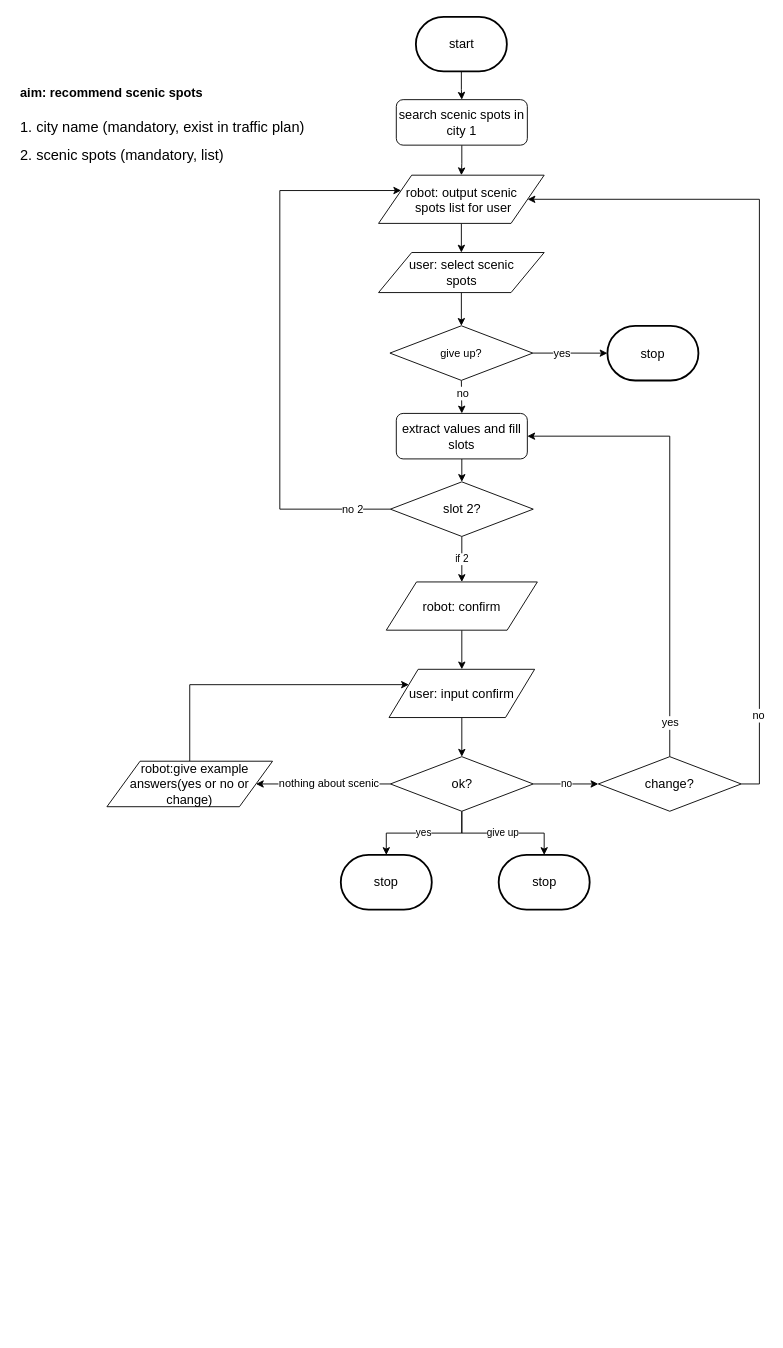
This is flow_diagram/scenic_plan.drawio from ricosr/travel_consult_chatbot, a draw.io file, before an edit. Source tidied: cells renumbered, new cells numbered last; positions are measured from the earlier drawing's top-left corner, leaving out a move shared by most shapes. Both pictures are drawn from the tidied source at 91%, with x=0, y=0 at pixel (15, 16).
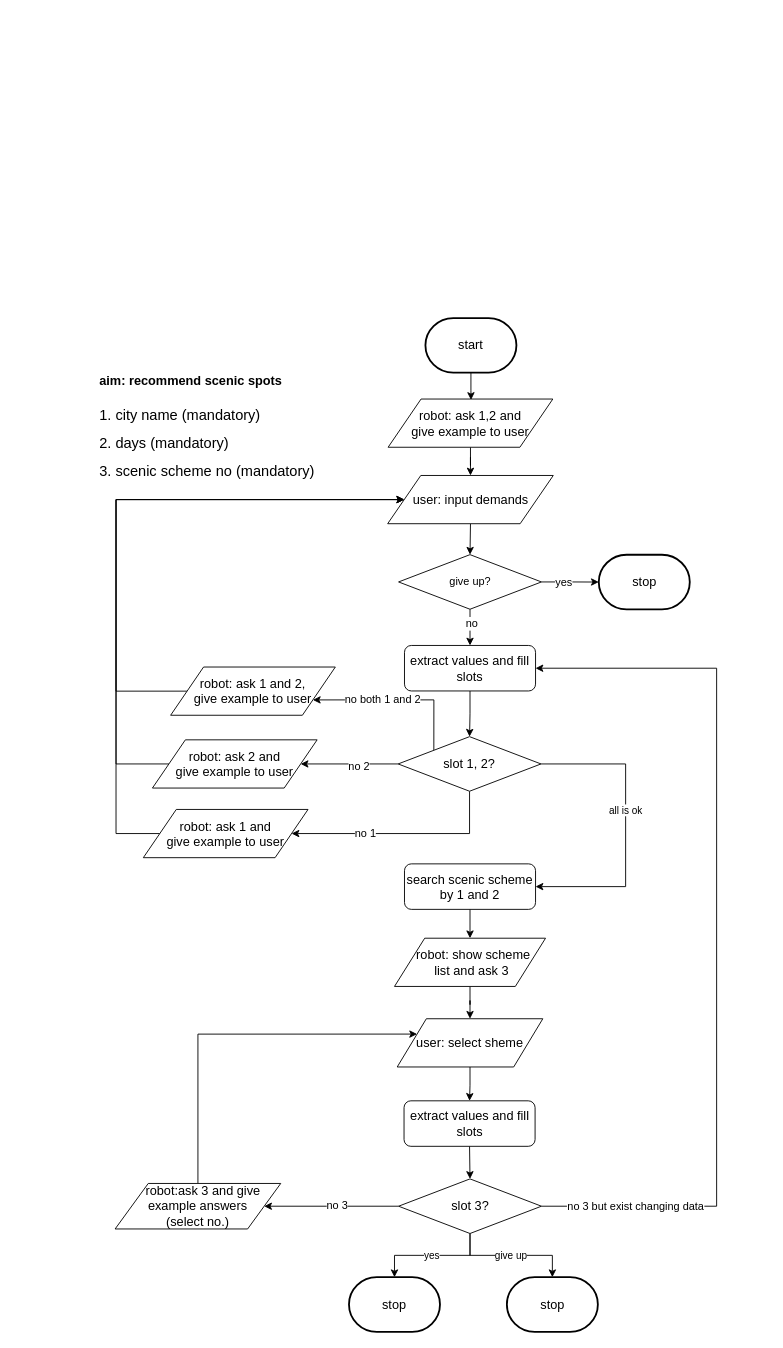
After the change.

Unchanged cells that the change refers to:
```xml
<mxCell id="22" style="edgeStyle=orthogonalEdgeStyle;rounded=0;jettySize=auto;html=1;exitX=0;exitY=0.5;exitDx=0;exitDy=0;entryX=1;entryY=0.5;entryDx=0;entryDy=0;" parent="1" edge="1" source="24" target="41">
  <mxGeometry relative="1" as="geometry" />
</mxCell>
```

The edit, as a diff of the source:
```diff
@@
-    <mxCell id="2" value="&lt;h1&gt;&lt;font style=&quot;font-size: 14px&quot;&gt;aim:&amp;nbsp;recommend scenic spots&lt;/font&gt;&lt;/h1&gt;&lt;p&gt;&lt;font size=&quot;3&quot;&gt;1. city name (mandatory, exist in traffic plan)&lt;br&gt;&lt;/font&gt;&lt;/p&gt;&lt;p&gt;&lt;font size=&quot;3&quot;&gt;2. scenic spots (mandatory, list)&lt;/font&gt;&lt;/p&gt;" style="text;html=1;strokeColor=none;fillColor=none;spacing=5;spacingTop=-20;whiteSpace=wrap;overflow=hidden;rounded=0;" parent="1" vertex="1">
-      <mxGeometry y="61" width="330" height="110" as="geometry" />
+    <mxCell id="2" value="&lt;h1&gt;&lt;font style=&quot;font-size: 14px&quot;&gt;aim:&amp;nbsp;recommend scenic spots&lt;/font&gt;&lt;/h1&gt;&lt;p&gt;&lt;font size=&quot;3&quot;&gt;1. city name (mandatory)&lt;br&gt;&lt;/font&gt;&lt;/p&gt;&lt;p&gt;&lt;font size=&quot;3&quot;&gt;2. days (mandatory)&lt;/font&gt;&lt;/p&gt;&lt;p&gt;&lt;font size=&quot;3&quot;&gt;3. scenic scheme no (mandatory)&amp;nbsp;&lt;/font&gt;&lt;/p&gt;" style="text;html=1;strokeColor=none;fillColor=none;spacing=5;spacingTop=-20;whiteSpace=wrap;overflow=hidden;rounded=0;" parent="1" vertex="1">
+      <mxGeometry x="87" y="376.5" width="330" height="140" as="geometry" />
     </mxCell>
-    <mxCell id="3" style="edgeStyle=orthogonalEdgeStyle;rounded=0;jettySize=auto;html=1;" parent="1" edge="1" source="4" target="8">
-      <mxGeometry relative="1" as="geometry" />
+    <mxCell id="3" style="edgeStyle=orthogonalEdgeStyle;rounded=0;jettySize=auto;html=1;" parent="1" edge="1" source="4">
+      <mxGeometry relative="1" as="geometry">
+        <mxPoint x="500.1" y="421" as="targetPoint" />
+      </mxGeometry>
     </mxCell>
     <mxCell id="4" value="&lt;span style=&quot;font-size: 14px&quot;&gt;start&lt;/span&gt;" style="strokeWidth=2;html=1;shape=mxgraph.flowchart.terminator;whiteSpace=wrap;" parent="1" vertex="1">
-      <mxGeometry x="439.5" width="100" height="60" as="geometry" />
+      <mxGeometry x="450" y="331" width="100" height="60" as="geometry" />
     </mxCell>
-    <mxCell id="5" style="edgeStyle=orthogonalEdgeStyle;rounded=0;jettySize=auto;html=1;exitX=0.5;exitY=1;exitDx=0;exitDy=0;entryX=0.5;entryY=0;entryDx=0;entryDy=0;" parent="1" edge="1" source="6" target="37">
-      <mxGeometry relative="1" as="geometry" />
-    </mxCell>
-    <mxCell id="6" value="&lt;span style=&quot;font-size: 14px&quot;&gt;user: select scenic &lt;br&gt;spots&lt;/span&gt;" style="shape=parallelogram;perimeter=parallelogramPerimeter;whiteSpace=wrap;html=1;" parent="1" vertex="1">
-      <mxGeometry x="398.5" y="259" width="182" height="44" as="geometry" />
-    </mxCell>
-    <mxCell id="7" style="edgeStyle=orthogonalEdgeStyle;rounded=0;jettySize=auto;html=1;" parent="1" edge="1" source="8" target="10">
+    <mxCell id="7" style="edgeStyle=orthogonalEdgeStyle;rounded=0;jettySize=auto;html=1;exitX=0.5;exitY=1;exitDx=0;exitDy=0;" parent="1" edge="1" source="49" target="10">
       <mxGeometry relative="1" as="geometry" />
     </mxCell>
-    <mxCell id="8" value="&lt;span style=&quot;font-size: 14px&quot;&gt;search scenic spots in city 1&lt;/span&gt;" style="rounded=1;whiteSpace=wrap;html=1;" parent="1" vertex="1">
-      <mxGeometry x="418" y="91" width="144" height="50" as="geometry" />
-    </mxCell>
-    <mxCell id="9" style="edgeStyle=orthogonalEdgeStyle;rounded=0;jettySize=auto;html=1;exitX=0.5;exitY=1;exitDx=0;exitDy=0;entryX=0.5;entryY=0;entryDx=0;entryDy=0;" parent="1" edge="1" source="10" target="6">
+    <mxCell id="9" style="edgeStyle=orthogonalEdgeStyle;rounded=0;jettySize=auto;html=1;exitX=0.5;exitY=1;exitDx=0;exitDy=0;entryX=0.5;entryY=0;entryDx=0;entryDy=0;" parent="1" edge="1" source="10" target="37">
       <mxGeometry relative="1" as="geometry" />
     </mxCell>
-    <mxCell id="10" value="&lt;font style=&quot;font-size: 14px&quot;&gt;robot: output scenic&lt;br&gt;&amp;nbsp;spots list for user&lt;/font&gt;" style="shape=parallelogram;perimeter=parallelogramPerimeter;whiteSpace=wrap;html=1;" parent="1" vertex="1">
-      <mxGeometry x="398.5" y="174" width="182" height="53" as="geometry" />
+    <mxCell id="10" value="&lt;font style=&quot;font-size: 14px&quot;&gt;user: input demands&lt;/font&gt;" style="shape=parallelogram;perimeter=parallelogramPerimeter;whiteSpace=wrap;html=1;" parent="1" vertex="1">
+      <mxGeometry x="408.5" y="504" width="182" height="53" as="geometry" />
     </mxCell>
@@
-    <mxCell id="12" value="&lt;font style=&quot;font-size: 14px&quot;&gt;robot: confirm&lt;/font&gt;" style="shape=parallelogram;perimeter=parallelogramPerimeter;whiteSpace=wrap;html=1;" parent="1" vertex="1">
-      <mxGeometry x="407" y="621" width="166" height="53" as="geometry" />
+    <mxCell id="12" value="&lt;font style=&quot;font-size: 14px&quot;&gt;&amp;nbsp; robot: show scheme&lt;br&gt;&amp;nbsp;list and ask 3&lt;/font&gt;" style="shape=parallelogram;perimeter=parallelogramPerimeter;whiteSpace=wrap;html=1;" parent="1" vertex="1">
+      <mxGeometry x="416" y="1012.5" width="166" height="53" as="geometry" />
     </mxCell>
-    <mxCell id="13" value="if 2" style="edgeStyle=orthogonalEdgeStyle;rounded=0;jettySize=auto;html=1;" parent="1" edge="1" source="16" target="12">
-      <mxGeometry relative="1" as="geometry" />
+    <mxCell id="13" value="all is ok" style="edgeStyle=orthogonalEdgeStyle;rounded=0;jettySize=auto;html=1;exitX=1;exitY=0.5;exitDx=0;exitDy=0;entryX=1;entryY=0.5;entryDx=0;entryDy=0;" parent="1" edge="1" source="16" target="57">
+      <mxGeometry x="-0.12" relative="1" as="geometry">
+        <Array as="points">
+          <mxPoint x="670" y="821" />
+          <mxPoint x="670" y="956" />
+        </Array>
+      </mxGeometry>
     </mxCell>
-    <mxCell id="14" style="edgeStyle=orthogonalEdgeStyle;rounded=0;jettySize=auto;html=1;exitX=0;exitY=0.5;exitDx=0;exitDy=0;entryX=0;entryY=0.25;entryDx=0;entryDy=0;" parent="1" edge="1" source="16" target="10">
+    <mxCell id="14" style="edgeStyle=orthogonalEdgeStyle;rounded=0;jettySize=auto;html=1;exitX=0;exitY=0.5;exitDx=0;exitDy=0;entryX=1;entryY=0.5;entryDx=0;entryDy=0;" parent="1" edge="1" source="16" target="51">
       <mxGeometry relative="1" as="geometry">
         <Array as="points">
-          <mxPoint x="290" y="541" />
-          <mxPoint x="290" y="191" />
+          <mxPoint x="380" y="821" />
+          <mxPoint x="380" y="821" />
         </Array>
       </mxGeometry>
     </mxCell>
     <mxCell id="15" value="no 2" style="text;html=1;align=center;verticalAlign=middle;labelBackgroundColor=#ffffff;" parent="14" vertex="1">
-      <mxGeometry x="-0.86" relative="1" as="geometry" />
+      <mxGeometry x="-0.18" y="2" relative="1" as="geometry" />
     </mxCell>
+    <mxCell id="42" style="edgeStyle=orthogonalEdgeStyle;rounded=0;jettySize=auto;html=1;exitX=0.5;exitY=1;exitDx=0;exitDy=0;entryX=1;entryY=0.5;entryDx=0;entryDy=0;" parent="1" edge="1" source="16" target="53">
+      <mxGeometry relative="1" as="geometry">
+        <Array as="points">
+          <mxPoint x="499" y="898" />
+        </Array>
+      </mxGeometry>
+    </mxCell>
+    <mxCell id="43" value="no 1" style="text;html=1;align=center;verticalAlign=middle;labelBackgroundColor=#ffffff;" parent="42" vertex="1">
+      <mxGeometry x="0.34" relative="1" as="geometry" />
+    </mxCell>
+    <mxCell id="44" style="edgeStyle=orthogonalEdgeStyle;rounded=0;jettySize=auto;html=1;exitX=0;exitY=0;exitDx=0;exitDy=0;entryX=1;entryY=0.75;entryDx=0;entryDy=0;" parent="1" edge="1" source="16" target="55">
+      <mxGeometry relative="1" as="geometry">
+        <Array as="points">
+          <mxPoint x="459" y="751" />
+        </Array>
+      </mxGeometry>
+    </mxCell>
+    <mxCell id="45" value="no both 1 and 2" style="text;html=1;align=center;verticalAlign=middle;labelBackgroundColor=#ffffff;" parent="44" vertex="1">
+      <mxGeometry x="0.19" y="-1" relative="1" as="geometry" />
+    </mxCell>
-    <mxCell id="16" value="&lt;font style=&quot;font-size: 14px&quot;&gt;slot 2?&lt;br&gt;&lt;/font&gt;" style="rhombus;whiteSpace=wrap;html=1;" parent="1" vertex="1">
-      <mxGeometry x="411.5" y="511" width="157" height="60" as="geometry" />
+    <mxCell id="16" value="&lt;font style=&quot;font-size: 14px&quot;&gt;slot 1, 2?&lt;br&gt;&lt;/font&gt;" style="rhombus;whiteSpace=wrap;html=1;" parent="1" vertex="1">
+      <mxGeometry x="420" y="791" width="157" height="60" as="geometry" />
     </mxCell>
-    <mxCell id="17" style="edgeStyle=orthogonalEdgeStyle;rounded=0;jettySize=auto;html=1;" parent="1" edge="1" source="18" target="24">
-      <mxGeometry relative="1" as="geometry" />
-    </mxCell>
+    <mxCell id="46" style="edgeStyle=orthogonalEdgeStyle;rounded=0;jettySize=auto;html=1;exitX=0.5;exitY=1;exitDx=0;exitDy=0;" parent="1" edge="1" source="18" target="59">
+      <mxGeometry relative="1" as="geometry" />
+    </mxCell>
-    <mxCell id="18" value="&lt;span style=&quot;font-size: 14px&quot;&gt;user: input confirm&lt;/span&gt;" style="shape=parallelogram;perimeter=parallelogramPerimeter;whiteSpace=wrap;html=1;" parent="1" vertex="1">
-      <mxGeometry x="410" y="717" width="160" height="53" as="geometry" />
+    <mxCell id="18" value="&lt;span style=&quot;font-size: 14px&quot;&gt;user: select sheme&lt;/span&gt;" style="shape=parallelogram;perimeter=parallelogramPerimeter;whiteSpace=wrap;html=1;" parent="1" vertex="1">
+      <mxGeometry x="419" y="1101" width="160" height="53" as="geometry" />
     </mxCell>
@@
-    <mxCell id="20" value="no" style="edgeStyle=orthogonalEdgeStyle;rounded=0;jettySize=auto;html=1;" parent="1" edge="1" source="24" target="30">
-      <mxGeometry relative="1" as="geometry" />
-    </mxCell>
     <mxCell id="21" value="give up" style="edgeStyle=orthogonalEdgeStyle;rounded=0;jettySize=auto;html=1;exitX=0.5;exitY=1;exitDx=0;exitDy=0;entryX=0.5;entryY=0;entryDx=0;entryDy=0;entryPerimeter=0;" parent="1" edge="1" source="24" target="39">
       <mxGeometry relative="1" as="geometry">
         <Array as="points">
-          <mxPoint x="490" y="897" />
-          <mxPoint x="581" y="897" />
+          <mxPoint x="499" y="1361" />
+          <mxPoint x="590" y="1361" />
         </Array>
       </mxGeometry>
     </mxCell>
@@
-    <mxCell id="23" value="nothing about scenic" style="text;html=1;align=center;verticalAlign=middle;labelBackgroundColor=#ffffff;" parent="22" vertex="1">
+    <mxCell id="23" value="no 3" style="text;html=1;align=center;verticalAlign=middle;labelBackgroundColor=#ffffff;" parent="22" vertex="1">
       <mxGeometry x="-0.08" y="-1" relative="1" as="geometry" />
     </mxCell>
+    <mxCell id="47" style="edgeStyle=orthogonalEdgeStyle;rounded=0;jettySize=auto;html=1;exitX=1;exitY=0.5;exitDx=0;exitDy=0;entryX=1;entryY=0.5;entryDx=0;entryDy=0;" parent="1" edge="1" source="24" target="32">
+      <mxGeometry relative="1" as="geometry">
+        <Array as="points">
+          <mxPoint x="770" y="1307" />
+          <mxPoint x="770" y="716" />
+        </Array>
+      </mxGeometry>
+    </mxCell>
+    <mxCell id="48" value="no 3 but exist changing data" style="text;html=1;align=center;verticalAlign=middle;labelBackgroundColor=#ffffff;" parent="47" vertex="1">
+      <mxGeometry x="-0.89" y="-3" relative="1" as="geometry">
+        <mxPoint x="49" y="-3" as="offset" />
+      </mxGeometry>
+    </mxCell>
-    <mxCell id="24" value="&lt;font style=&quot;font-size: 14px&quot;&gt;ok?&lt;br&gt;&lt;/font&gt;" style="rhombus;whiteSpace=wrap;html=1;" parent="1" vertex="1">
-      <mxGeometry x="411.5" y="813" width="157" height="60" as="geometry" />
+    <mxCell id="24" value="&lt;font style=&quot;font-size: 14px&quot;&gt;slot 3?&lt;br&gt;&lt;/font&gt;" style="rhombus;whiteSpace=wrap;html=1;" parent="1" vertex="1">
+      <mxGeometry x="420.5" y="1277" width="157" height="60" as="geometry" />
     </mxCell>
     <mxCell id="25" value="&lt;font style=&quot;font-size: 14px&quot;&gt;stop&lt;/font&gt;" style="strokeWidth=2;html=1;shape=mxgraph.flowchart.terminator;whiteSpace=wrap;" parent="1" vertex="1">
-      <mxGeometry x="357" y="921" width="100" height="60" as="geometry" />
+      <mxGeometry x="366" y="1385" width="100" height="60" as="geometry" />
     </mxCell>
-    <mxCell id="26" style="edgeStyle=orthogonalEdgeStyle;rounded=0;jettySize=auto;html=1;exitX=0.5;exitY=0;exitDx=0;exitDy=0;entryX=1;entryY=0.5;entryDx=0;entryDy=0;" parent="1" edge="1" source="30" target="32">
-      <mxGeometry relative="1" as="geometry" />
-    </mxCell>
-    <mxCell id="27" value="yes" style="text;html=1;align=center;verticalAlign=middle;labelBackgroundColor=#ffffff;" parent="26" vertex="1">
-      <mxGeometry x="-0.85" relative="1" as="geometry" />
-    </mxCell>
-    <mxCell id="28" style="edgeStyle=orthogonalEdgeStyle;rounded=0;jettySize=auto;html=1;exitX=1;exitY=0.5;exitDx=0;exitDy=0;entryX=1;entryY=0.5;entryDx=0;entryDy=0;" parent="1" edge="1" source="30" target="10">
-      <mxGeometry relative="1" as="geometry">
-        <Array as="points">
-          <mxPoint x="817" y="843" />
-          <mxPoint x="817" y="200" />
-        </Array>
-      </mxGeometry>
-    </mxCell>
-    <mxCell id="29" value="no" style="text;html=1;align=center;verticalAlign=middle;labelBackgroundColor=#ffffff;" parent="28" vertex="1">
-      <mxGeometry x="-0.79" y="2" relative="1" as="geometry" />
-    </mxCell>
-    <mxCell id="30" value="&lt;font style=&quot;font-size: 14px&quot;&gt;change?&lt;br&gt;&lt;/font&gt;" style="rhombus;whiteSpace=wrap;html=1;" parent="1" vertex="1">
-      <mxGeometry x="640" y="813" width="157" height="60" as="geometry" />
-    </mxCell>
@@
     <mxCell id="32" value="&lt;font style=&quot;font-size: 14px&quot;&gt;extract values and fill slots&lt;/font&gt;" style="rounded=1;whiteSpace=wrap;html=1;" parent="1" vertex="1">
-      <mxGeometry x="418" y="435.8" width="144" height="50" as="geometry" />
+      <mxGeometry x="427" y="690.8" width="144" height="50" as="geometry" />
     </mxCell>
@@
     <mxCell id="37" value="give up?" style="rhombus;whiteSpace=wrap;html=1;" parent="1" vertex="1">
-      <mxGeometry x="411" y="339.5" width="157" height="60" as="geometry" />
+      <mxGeometry x="420.5" y="591" width="157" height="60" as="geometry" />
     </mxCell>
     <mxCell id="38" value="&lt;font style=&quot;font-size: 14px&quot;&gt;stop&lt;/font&gt;" style="strokeWidth=2;html=1;shape=mxgraph.flowchart.terminator;whiteSpace=wrap;" parent="1" vertex="1">
-      <mxGeometry x="650" y="339.6" width="100" height="60" as="geometry" />
+      <mxGeometry x="640.5" y="591.1" width="100" height="60" as="geometry" />
     </mxCell>
     <mxCell id="39" value="&lt;font style=&quot;font-size: 14px&quot;&gt;stop&lt;/font&gt;" style="strokeWidth=2;html=1;shape=mxgraph.flowchart.terminator;whiteSpace=wrap;" parent="1" vertex="1">
-      <mxGeometry x="530.5" y="921" width="100" height="60" as="geometry" />
+      <mxGeometry x="539.5" y="1385" width="100" height="60" as="geometry" />
     </mxCell>
     <mxCell id="40" style="edgeStyle=orthogonalEdgeStyle;rounded=0;jettySize=auto;html=1;exitX=0.5;exitY=0;exitDx=0;exitDy=0;entryX=0;entryY=0.25;entryDx=0;entryDy=0;" parent="1" edge="1" source="41" target="18">
       <mxGeometry relative="1" as="geometry">
         <Array as="points">
-          <mxPoint x="191" y="734" />
+          <mxPoint x="200" y="1118" />
         </Array>
       </mxGeometry>
     </mxCell>
-    <mxCell id="41" value="&lt;span style=&quot;font-size: 14px&quot;&gt;&amp;nbsp; &amp;nbsp;robot:give example answers(yes or no or change)&lt;/span&gt;" style="shape=parallelogram;perimeter=parallelogramPerimeter;whiteSpace=wrap;html=1;" parent="1" vertex="1">
-      <mxGeometry x="100" y="818" width="182" height="50" as="geometry" />
+    <mxCell id="41" value="&lt;span style=&quot;font-size: 14px&quot;&gt;&amp;nbsp; &amp;nbsp;robot:ask 3 and give example answers&lt;br&gt;(select no.)&lt;/span&gt;" style="shape=parallelogram;perimeter=parallelogramPerimeter;whiteSpace=wrap;html=1;" parent="1" vertex="1">
+      <mxGeometry x="109" y="1282" width="182" height="50" as="geometry" />
     </mxCell>
+    <mxCell id="49" value="&lt;font style=&quot;font-size: 14px&quot;&gt;robot: ask 1,2 and&lt;br&gt;give example to user&lt;/font&gt;" style="shape=parallelogram;perimeter=parallelogramPerimeter;whiteSpace=wrap;html=1;" parent="1" vertex="1">
+      <mxGeometry x="409" y="420" width="181" height="53" as="geometry" />
+    </mxCell>
+    <mxCell id="50" style="edgeStyle=orthogonalEdgeStyle;rounded=0;jettySize=auto;html=1;exitX=0;exitY=0.5;exitDx=0;exitDy=0;entryX=0;entryY=0.5;entryDx=0;entryDy=0;" parent="1" edge="1" source="51" target="10">
+      <mxGeometry relative="1" as="geometry">
+        <Array as="points">
+          <mxPoint x="110" y="821" />
+          <mxPoint x="110" y="531" />
+        </Array>
+      </mxGeometry>
+    </mxCell>
+    <mxCell id="51" value="&lt;font style=&quot;font-size: 14px&quot;&gt;robot: ask 2 and&lt;br&gt;give example to user&lt;/font&gt;" style="shape=parallelogram;perimeter=parallelogramPerimeter;whiteSpace=wrap;html=1;" parent="1" vertex="1">
+      <mxGeometry x="150" y="794.5" width="181" height="53" as="geometry" />
+    </mxCell>
+    <mxCell id="52" style="edgeStyle=orthogonalEdgeStyle;rounded=0;jettySize=auto;html=1;exitX=0;exitY=0.5;exitDx=0;exitDy=0;entryX=0;entryY=0.5;entryDx=0;entryDy=0;" parent="1" edge="1" source="53" target="10">
+      <mxGeometry relative="1" as="geometry">
+        <Array as="points">
+          <mxPoint x="110" y="898" />
+          <mxPoint x="110" y="531" />
+        </Array>
+      </mxGeometry>
+    </mxCell>
+    <mxCell id="53" value="&lt;font style=&quot;font-size: 14px&quot;&gt;robot: ask 1 and&lt;br&gt;give example to user&lt;/font&gt;" style="shape=parallelogram;perimeter=parallelogramPerimeter;whiteSpace=wrap;html=1;" parent="1" vertex="1">
+      <mxGeometry x="140" y="871" width="181" height="53" as="geometry" />
+    </mxCell>
+    <mxCell id="54" style="edgeStyle=orthogonalEdgeStyle;rounded=0;jettySize=auto;html=1;exitX=0;exitY=0.5;exitDx=0;exitDy=0;entryX=0;entryY=0.5;entryDx=0;entryDy=0;" parent="1" edge="1" source="55" target="10">
+      <mxGeometry relative="1" as="geometry">
+        <Array as="points">
+          <mxPoint x="110" y="741" />
+          <mxPoint x="110" y="531" />
+        </Array>
+      </mxGeometry>
+    </mxCell>
+    <mxCell id="55" value="&lt;font style=&quot;font-size: 14px&quot;&gt;robot: ask 1 and 2,&lt;br&gt;give example to user&lt;/font&gt;" style="shape=parallelogram;perimeter=parallelogramPerimeter;whiteSpace=wrap;html=1;" parent="1" vertex="1">
+      <mxGeometry x="170" y="714.5" width="181" height="53" as="geometry" />
+    </mxCell>
+    <mxCell id="56" style="edgeStyle=orthogonalEdgeStyle;rounded=0;jettySize=auto;html=1;exitX=0.5;exitY=1;exitDx=0;exitDy=0;entryX=0.5;entryY=0;entryDx=0;entryDy=0;" parent="1" edge="1" source="57" target="12">
+      <mxGeometry relative="1" as="geometry" />
+    </mxCell>
+    <mxCell id="57" value="&lt;font style=&quot;font-size: 14px&quot;&gt;search scenic scheme by 1 and 2&lt;/font&gt;" style="rounded=1;whiteSpace=wrap;html=1;" parent="1" vertex="1">
+      <mxGeometry x="427" y="930.8" width="144" height="50" as="geometry" />
+    </mxCell>
+    <mxCell id="58" style="edgeStyle=orthogonalEdgeStyle;rounded=0;jettySize=auto;html=1;exitX=0.5;exitY=1;exitDx=0;exitDy=0;entryX=0.5;entryY=0;entryDx=0;entryDy=0;" parent="1" edge="1" source="59" target="24">
+      <mxGeometry relative="1" as="geometry" />
+    </mxCell>
+    <mxCell id="59" value="&lt;font style=&quot;font-size: 14px&quot;&gt;extract values and fill slots&lt;/font&gt;" style="rounded=1;whiteSpace=wrap;html=1;" parent="1" vertex="1">
+      <mxGeometry x="426.5" y="1191.2" width="144" height="50" as="geometry" />
+    </mxCell>
```
